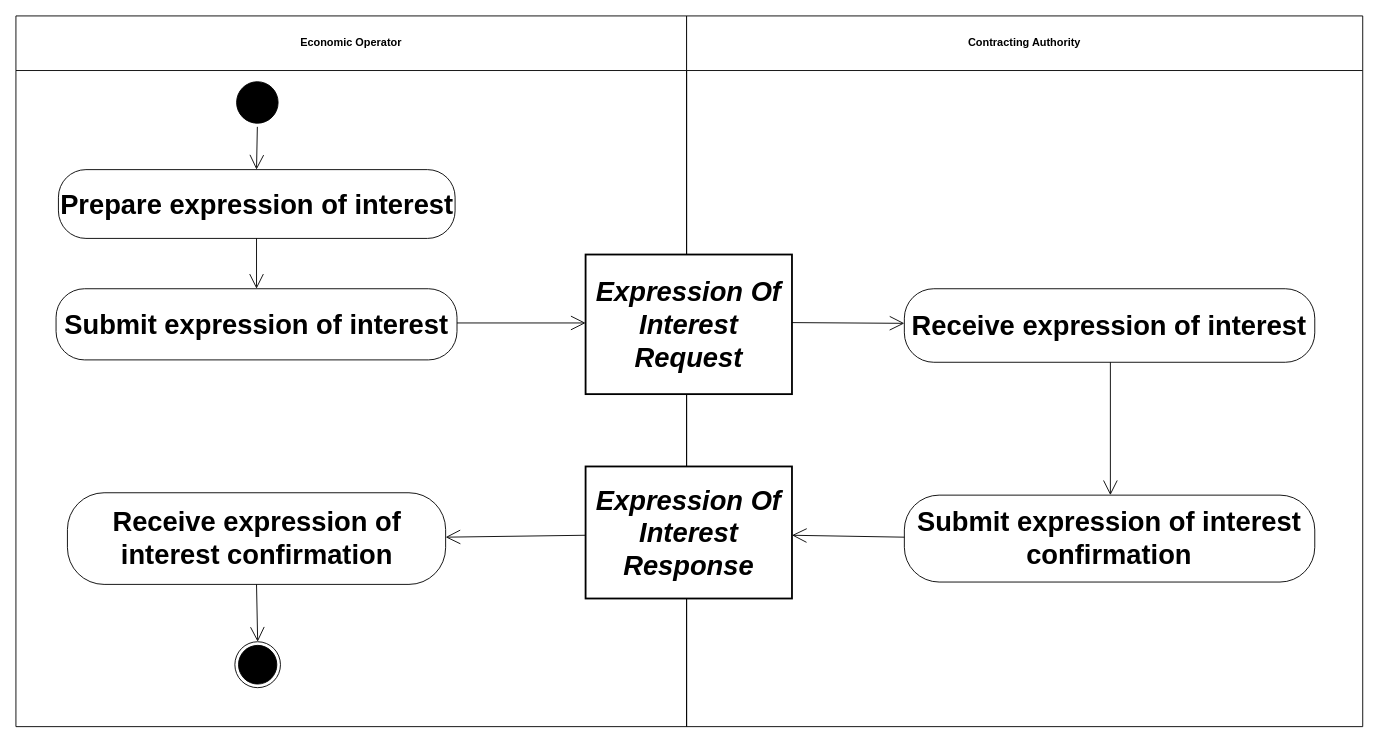
Before: diagrams/UBL-2.2-Tender-ExpressionOfInterest/UBL-2.2-Tender-ExpressionOfInterest.drawio in kduvekot/ubl-work-on-svg-images, a draw.io diagram. Source tidied: cells renumbered, new cells numbered last; positions are measured from the earlier drawing's top-left corner, leaving out a move shared by most shapes. Both pictures are drawn from the tidied source at 91%, with x=0, y=0 at pixel (15, 15).
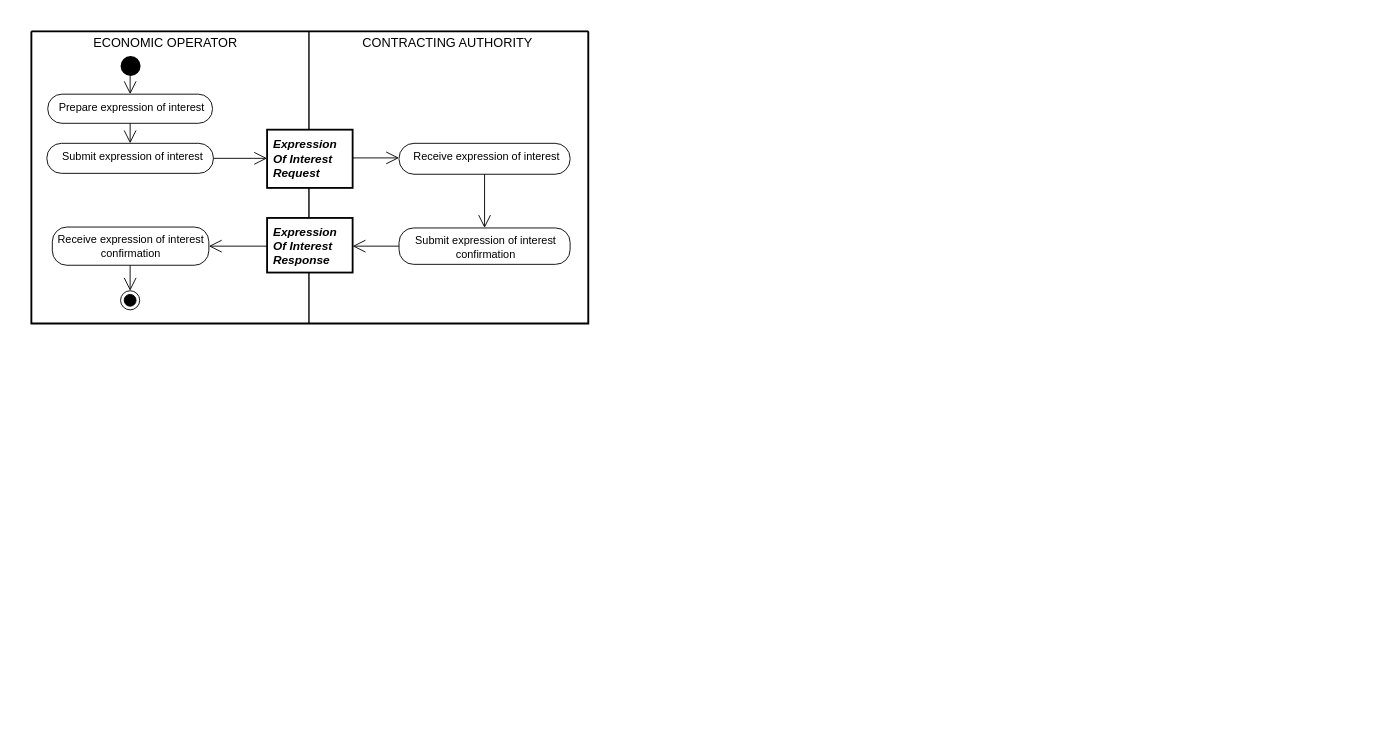
After the change.

Diff of the diagram source:
```diff
@@
+    <mxCell id="21" style="swimlane;html=1;startSize=0;whiteSpace=wrap;fillColor=none;strokeWidth=2;" parent="1" vertex="1">
+      <mxGeometry x="17" y="17" width="612" height="321" as="geometry" />
+    </mxCell>
-    <mxCell id="2" value="Economic Operator" style="swimlane;whiteSpace=wrap;html=1;startSize=60;" parent="1" vertex="1">
-      <mxGeometry width="737" height="781" as="geometry" />
+    <mxCell id="2" value="ECONOMIC OPERATOR" style="swimlane;horizontal=1;startSize=26;swimlaneLine=0;html=1;fillColor=none;fontSize=14;fontStyle=0;spacing=0;spacingRight=12;" parent="21" vertex="1">
+      <mxGeometry width="305" height="321" as="geometry" />
     </mxCell>
-    <mxCell id="3" value="Contracting Authority" style="swimlane;whiteSpace=wrap;html=1;startSize=60;" parent="1" vertex="1">
-      <mxGeometry x="737" width="743" height="781" as="geometry" />
+    <mxCell id="3" value="CONTRACTING AUTHORITY" style="swimlane;horizontal=1;startSize=26;swimlaneLine=0;html=1;fillColor=none;fontSize=14;fontStyle=0;spacing=0;spacingRight=4;" parent="21" vertex="1">
+      <mxGeometry x="305" width="307" height="321" as="geometry" />
     </mxCell>
-    <mxCell id="4" style="ellipse;html=1;shape=startState;fillColor=#000000;strokeColor=#000000;fontFamily=Helvetica;fontSize=30;" parent="1" vertex="1">
-      <mxGeometry x="238.5" y="68.3" width="53.6" height="53.6" as="geometry" />
+    <mxCell id="4" style="ellipse;shape=startState;fillColor=#000000;strokeColor=none;html=1;" parent="2" vertex="1">
+      <mxGeometry x="94" y="23" width="30" height="30" as="geometry" />
     </mxCell>
-    <mxCell id="5" value="Prepare expression of interest" style="rounded=1;arcSize=40;whiteSpace=wrap;html=1;fontStyle=1;fontFamily=Helvetica;fontSize=30;" parent="1" vertex="1">
-      <mxGeometry x="46.7" y="168.9" width="435.9" height="75.6" as="geometry" />
+    <mxCell id="5" value="Prepare expression of interest" style="rounded=1;absoluteArcSize=1;arcSize=31;html=1;whiteSpace=nowrap;fontSize=12;fontStyle=0;align=center;verticalAlign=middle;spacing=0;spacingLeft=3;spacingBottom=3;" parent="2" vertex="1">
+      <mxGeometry x="18" y="69" width="181" height="32" as="geometry" />
     </mxCell>
-    <mxCell id="6" value="Expression Of Interest Request" style="rounded=0;whiteSpace=wrap;html=1;fontStyle=3;strokeWidth=2;fontFamily=Helvetica;fontSize=30;" parent="1" vertex="1">
-      <mxGeometry x="626" y="262.2" width="226.8" height="153.4" as="geometry" />
+    <mxCell id="6" value="Expression&lt;br&gt;Of Interest&lt;br&gt;Request" style="rounded=0;html=1;whiteSpace=nowrap;fontSize=13;fontStyle=3;align=left;verticalAlign=middle;spacing=0;spacingLeft=7;spacingBottom=1;strokeWidth=2;" parent="3" vertex="1">
+      <mxGeometry x="-46" y="108" width="94" height="64" as="geometry" />
     </mxCell>
-    <mxCell id="7" value="Submit expression of interest" style="rounded=1;arcSize=40;whiteSpace=wrap;html=1;fontStyle=1;fontFamily=Helvetica;fontSize=30;" parent="1" vertex="1">
-      <mxGeometry x="44.1" y="299.8" width="440.6" height="78.2" as="geometry" />
+    <mxCell id="7" value="Submit expression of interest" style="rounded=1;absoluteArcSize=1;arcSize=32;html=1;whiteSpace=nowrap;fontSize=12;fontStyle=0;align=center;verticalAlign=middle;spacing=0;spacingLeft=4;spacingBottom=4;" parent="2" vertex="1">
+      <mxGeometry x="17" y="123" width="183" height="33" as="geometry" />
     </mxCell>
-    <mxCell id="8" value="Receive expression of interest" style="rounded=1;arcSize=40;whiteSpace=wrap;html=1;fontStyle=1;fontFamily=Helvetica;fontSize=30;" parent="1" vertex="1">
-      <mxGeometry x="976.3" y="299.8" width="451" height="80.8" as="geometry" />
+    <mxCell id="8" value="Receive expression of interest" style="rounded=1;absoluteArcSize=1;arcSize=33;html=1;whiteSpace=nowrap;fontSize=12;fontStyle=0;align=center;verticalAlign=middle;spacing=0;spacingLeft=3;spacingBottom=5;" parent="3" vertex="1">
+      <mxGeometry x="99" y="123" width="188" height="34" as="geometry" />
     </mxCell>
-    <mxCell id="9" value="Expression Of Interest Response" style="rounded=0;whiteSpace=wrap;html=1;fontStyle=3;strokeWidth=2;fontFamily=Helvetica;fontSize=30;" parent="1" vertex="1">
-      <mxGeometry x="626" y="495.1" width="226.8" height="145.1" as="geometry" />
+    <mxCell id="9" value="Expression&lt;br&gt;Of Interest&lt;br&gt;Response" style="rounded=0;html=1;whiteSpace=nowrap;fontSize=13;fontStyle=3;align=left;verticalAlign=middle;spacing=0;spacingLeft=7;spacingTop=1;strokeWidth=2;" parent="3" vertex="1">
+      <mxGeometry x="-46" y="205" width="94" height="60" as="geometry" />
     </mxCell>
-    <mxCell id="10" value="Receive expression of interest confirmation" style="rounded=1;arcSize=40;whiteSpace=wrap;html=1;fontStyle=1;fontFamily=Helvetica;fontSize=30;" parent="1" vertex="1">
-      <mxGeometry x="56.6" y="524" width="415.6" height="100.7" as="geometry" />
+    <mxCell id="10" value="Receive expression of interest&lt;br&gt;confirmation" style="rounded=1;absoluteArcSize=1;arcSize=32;html=1;whiteSpace=nowrap;fontSize=12;fontStyle=0;align=center;verticalAlign=middle;spacing=0;" parent="2" vertex="1">
+      <mxGeometry x="23" y="215" width="172" height="42" as="geometry" />
     </mxCell>
-    <mxCell id="11" value="Submit expression of interest confirmation" style="rounded=1;arcSize=40;whiteSpace=wrap;html=1;fontStyle=1;fontFamily=Helvetica;fontSize=30;" parent="1" vertex="1">
-      <mxGeometry x="976.3" y="526.6" width="451" height="95.5" as="geometry" />
+    <mxCell id="11" value="Submit expression of interest&lt;br&gt;confirmation" style="rounded=1;absoluteArcSize=1;arcSize=32;html=1;whiteSpace=nowrap;fontSize=12;fontStyle=0;align=center;verticalAlign=middle;spacing=0;spacingLeft=1;spacingTop=2;" parent="3" vertex="1">
+      <mxGeometry x="99" y="216" width="188" height="40" as="geometry" />
     </mxCell>
-    <mxCell id="12" style="ellipse;html=1;shape=endState;fillColor=#000000;strokeColor=#000000;fontFamily=Helvetica;fontSize=30;" parent="1" vertex="1">
-      <mxGeometry x="240.6" y="687.7" width="50.1" height="50.5" as="geometry" />
+    <mxCell id="12" style="ellipse;shape=endState;fillColor=#000000;html=1;" parent="2" vertex="1">
+      <mxGeometry x="98" y="285" width="21" height="21" as="geometry" />
     </mxCell>
-    <mxCell id="13" style="edgeStyle=none;rounded=0;html=1;endArrow=open;endFill=0;endSize=14;exitX=0.4981;exitY=1.0;entryX=0.4994;entryY=0.0;" parent="1" edge="1" source="4" target="5">
+    <mxCell id="13" style="edgeStyle=none;rounded=0;html=1;endArrow=open;endFill=0;endSize=12;exitPerimeter=0;entryX=0.5;entryY=0;entryPerimeter=0;exitX=0.483333;exitY=0.8675;" parent="2" edge="1" source="4" target="5">
       <mxGeometry relative="1" as="geometry" />
     </mxCell>
-    <mxCell id="14" style="edgeStyle=none;rounded=0;html=1;endArrow=open;endFill=0;endSize=14;exitX=0.4994;exitY=1.0;entryX=0.5;entryY=0.0;" parent="1" edge="1" source="5" target="7">
+    <mxCell id="14" style="edgeStyle=none;rounded=0;html=1;endArrow=open;endFill=0;endSize=12;exitX=0.5;exitY=1;exitPerimeter=0;entryX=0.5;entryY=0;entryPerimeter=0;" parent="2" edge="1" source="5" target="7">
       <mxGeometry relative="1" as="geometry" />
     </mxCell>
-    <mxCell id="15" style="edgeStyle=none;rounded=0;html=1;endArrow=open;endFill=0;endSize=14;exitX=1.0;exitY=0.4808;entryX=0.0;entryY=0.4902;" parent="1" edge="1" source="7" target="6">
+    <mxCell id="15" style="edgeStyle=none;rounded=0;html=1;endArrow=open;endFill=0;endSize=12;exitX=1;exitY=0.5;exitPerimeter=0;entryPerimeter=0;entryX=0;entryY=0.492188;" parent="21" edge="1" source="7" target="6">
       <mxGeometry relative="1" as="geometry" />
     </mxCell>
-    <mxCell id="16" style="edgeStyle=none;rounded=0;html=1;endArrow=open;endFill=0;endSize=14;exitX=1.0;exitY=0.4876;entryX=0.0;entryY=0.4703;" parent="1" edge="1" source="6" target="8">
+    <mxCell id="16" style="edgeStyle=none;rounded=0;html=1;endArrow=open;endFill=0;endSize=12;exitPerimeter=0;entryX=0;entryY=0.4716;entryPerimeter=0;exitX=1;exitY=0.484913;" parent="3" edge="1" source="6" target="8">
       <mxGeometry relative="1" as="geometry" />
     </mxCell>
-    <mxCell id="17" style="edgeStyle=none;rounded=0;html=1;endArrow=open;endFill=0;endSize=14;exitX=0.502;exitY=1.0;entryX=0.502;entryY=0.0;" parent="1" edge="1" source="8" target="11">
+    <mxCell id="17" style="edgeStyle=none;rounded=0;html=1;endArrow=open;endFill=0;endSize=12;exitX=0.5;exitY=1;exitPerimeter=0;entryX=0.5;entryY=0;entryPerimeter=0;" parent="3" edge="1" source="8" target="11">
       <mxGeometry relative="1" as="geometry" />
     </mxCell>
-    <mxCell id="18" style="edgeStyle=none;rounded=0;html=1;endArrow=open;endFill=0;endSize=14;exitX=0.0;exitY=0.521;entryX=1.0;entryY=0.4846;" parent="1" edge="1" source="9" target="10">
+    <mxCell id="18" style="edgeStyle=none;rounded=0;html=1;endArrow=open;endFill=0;endSize=12;exitPerimeter=0;entryX=1;entryY=0.5;entryPerimeter=0;exitX=0;exitY=0.516667;" parent="21" edge="1" source="9" target="10">
       <mxGeometry relative="1" as="geometry" />
     </mxCell>
-    <mxCell id="19" style="edgeStyle=none;rounded=0;html=1;endArrow=open;endFill=0;endSize=14;exitX=0.0;exitY=0.4838;entryX=1.0;entryY=0.521;" parent="1" edge="1" source="11" target="9">
+    <mxCell id="19" style="edgeStyle=none;rounded=0;html=1;endArrow=open;endFill=0;endSize=12;exitX=0;exitY=0.5;exitPerimeter=0;entryPerimeter=0;entryX=1;entryY=0.516667;" parent="3" edge="1" source="11" target="9">
       <mxGeometry relative="1" as="geometry" />
     </mxCell>
-    <mxCell id="20" style="edgeStyle=none;rounded=0;html=1;endArrow=open;endFill=0;endSize=14;exitX=0.5;exitY=1.0;entryX=0.501;entryY=0.0;" parent="1" edge="1" source="10" target="12">
+    <mxCell id="20" style="edgeStyle=none;rounded=0;html=1;endArrow=open;endFill=0;endSize=12;exitPerimeter=0;entryX=0.5;entryY=0;entryPerimeter=0;exitX=0.497093;exitY=1;" parent="2" edge="1" source="10" target="12">
       <mxGeometry relative="1" as="geometry" />
     </mxCell>
```
